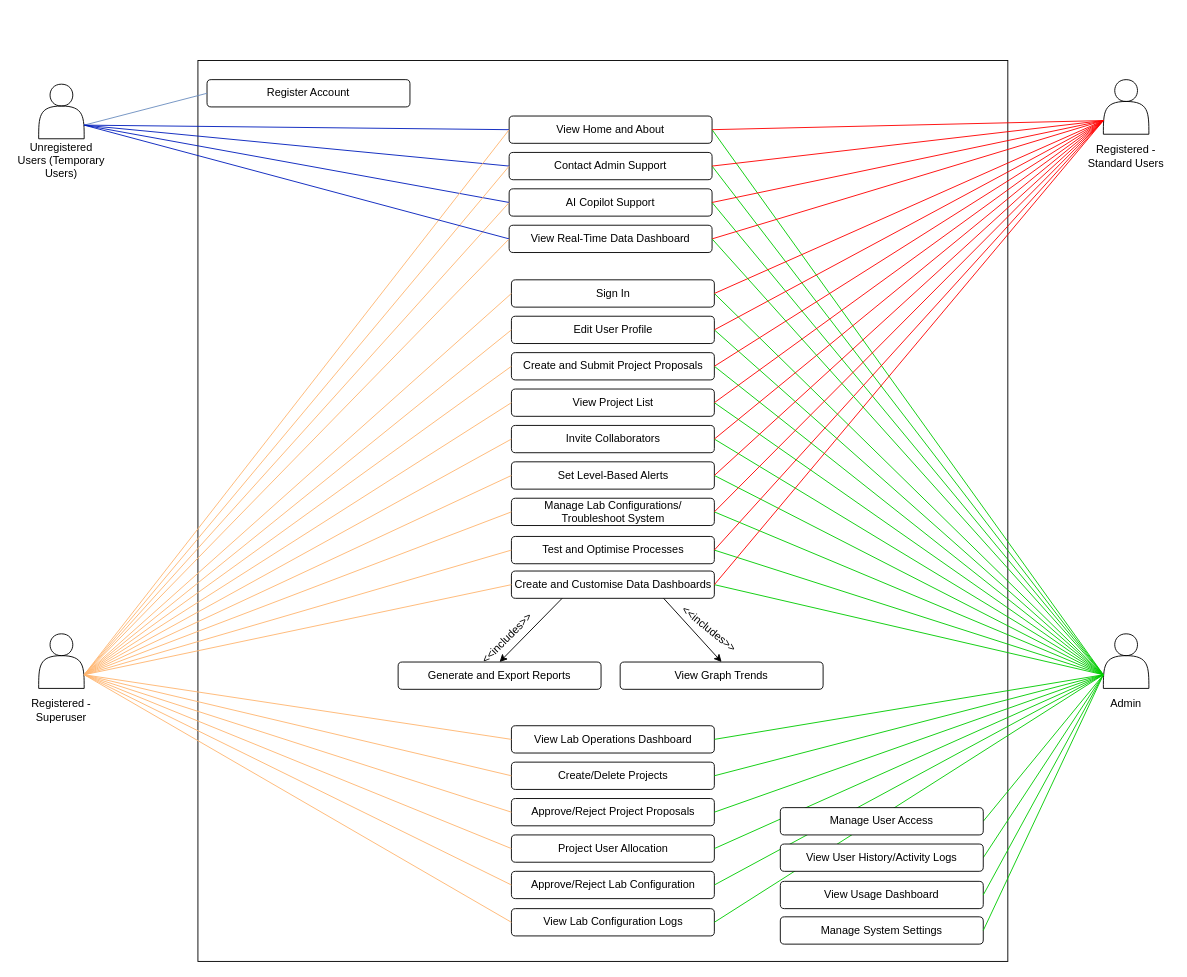
This is page "Page-2" (2 of 2) of use_case_diagram_group6.drawio from UCLComputerScience/COMP0067_2025_Team6, a draw.io file, before an edit. Source tidied: cells renumbered, new cells numbered last; positions are measured from the earlier drawing's top-left corner, leaving out a move shared by most shapes. Both pictures are drawn from the tidied source at 91%, with x=0, y=0 at pixel (15, 15).
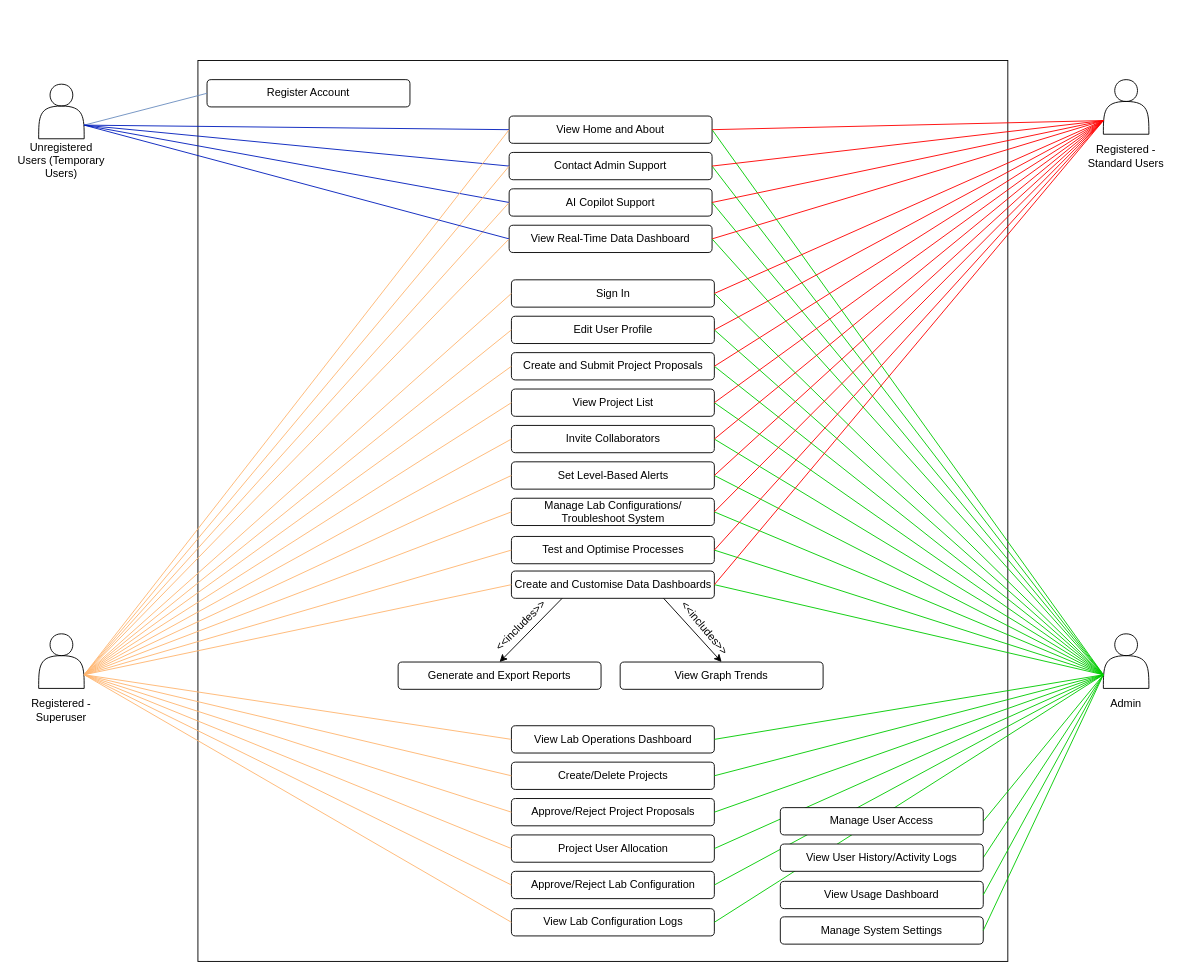
After the change.

What changed in the source:
```diff
@@
     <mxCell id="36" value="&amp;lt;&amp;lt;includes&amp;gt;&amp;gt;" style="text;html=1;align=center;verticalAlign=middle;whiteSpace=wrap;rounded=0;rotation=-45;" parent="1" vertex="1">
-      <mxGeometry x="510" y="669" width="60" height="30" as="geometry" />
+      <mxGeometry x="525" y="655" width="60" height="30" as="geometry" />
     </mxCell>
-    <mxCell id="37" value="&amp;lt;&amp;lt;includes&amp;gt;&amp;gt;" style="text;html=1;align=center;verticalAlign=middle;whiteSpace=wrap;rounded=0;rotation=39;" parent="1" vertex="1">
-      <mxGeometry x="732" y="659" width="60" height="30" as="geometry" />
+    <mxCell id="37" value="&amp;lt;&amp;lt;includes&amp;gt;&amp;gt;" style="text;html=1;align=center;verticalAlign=middle;whiteSpace=wrap;rounded=0;rotation=50;" parent="1" vertex="1">
+      <mxGeometry x="727" y="658" width="60" height="30" as="geometry" />
     </mxCell>
```
